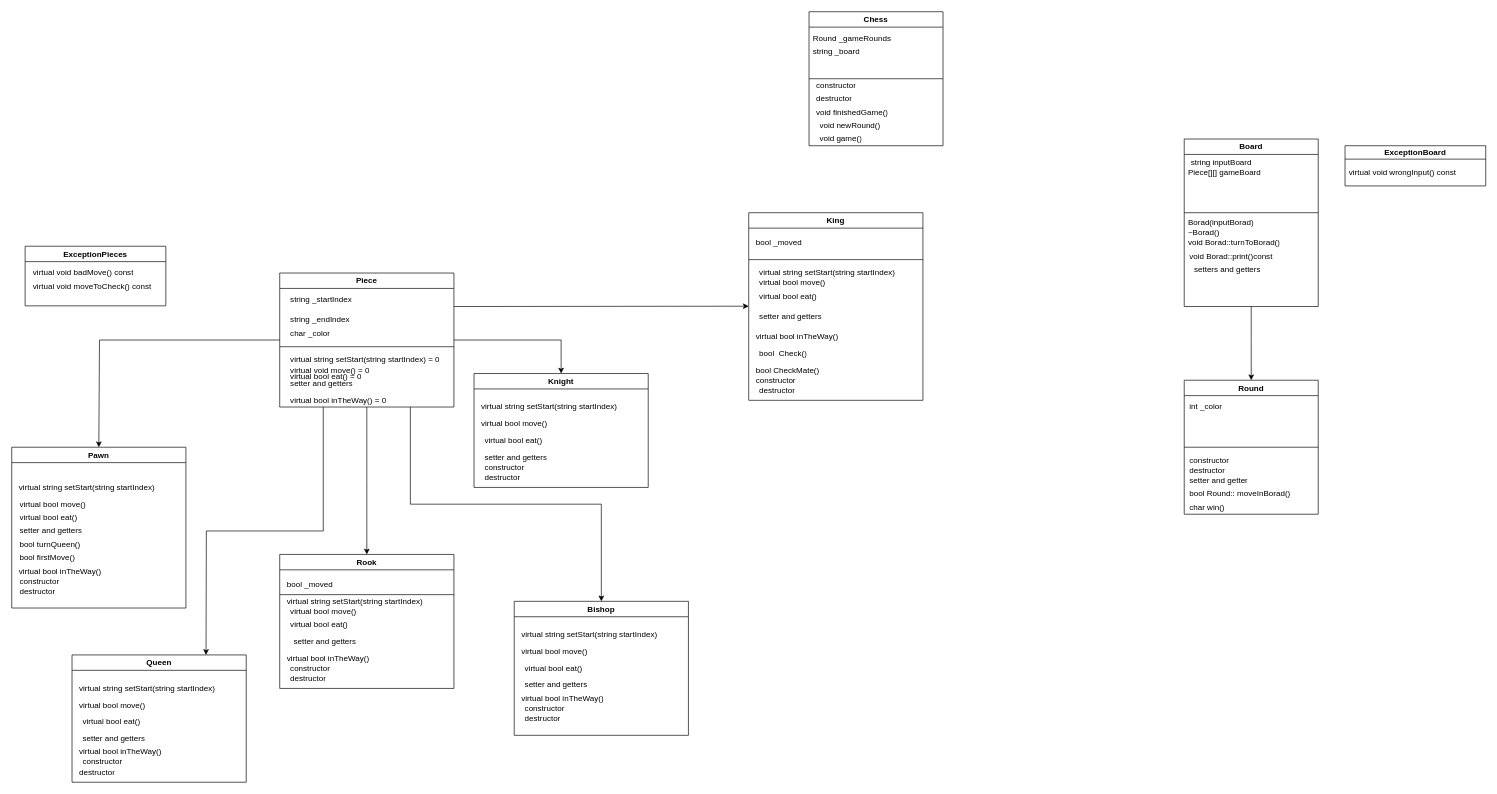
Above: ChessGame.drawio in buzzi1234/Chess-buzzi-and-yosef (draw.io), before the change. Source tidied: cells renumbered, new cells numbered last; positions are measured from the earlier drawing's top-left corner, leaving out a move shared by most shapes. Both pictures are drawn from the tidied source at 67%, with x=0, y=0 at pixel (11, 11).
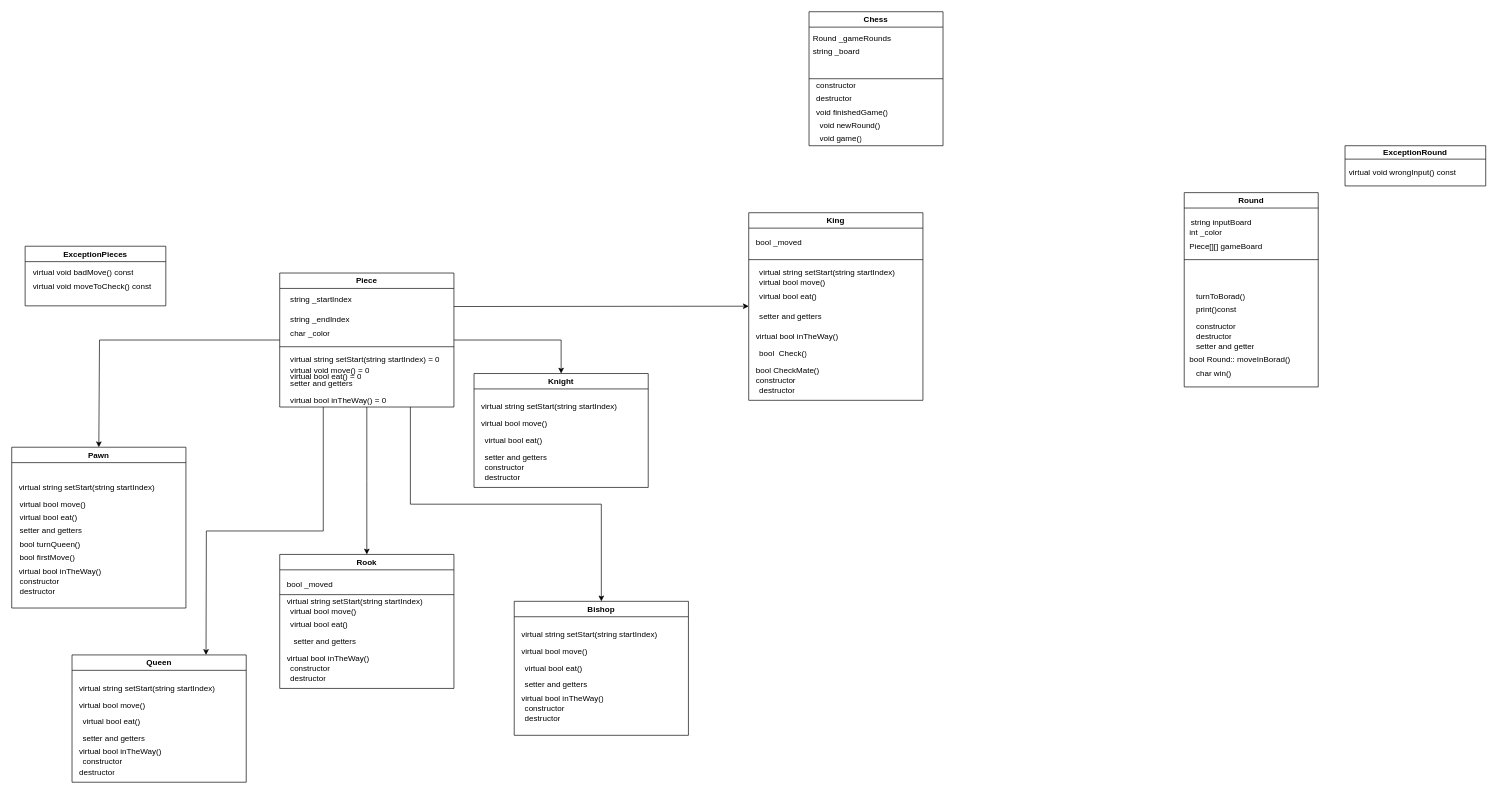
After the change.

Commit message:
finished the ChessGame template Fr

Change to the diagram source:
```diff
@@
-    <mxCell id="18" style="edgeStyle=orthogonalEdgeStyle;rounded=0;jettySize=auto;html=1;exitX=0.5;exitY=1;exitDx=0;exitDy=0;" parent="1" edge="1" source="19">
-      <mxGeometry relative="1" as="geometry">
-        <mxPoint x="1850" y="550" as="targetPoint" />
-      </mxGeometry>
-    </mxCell>
-    <mxCell id="19" value="Board" style="swimlane;whiteSpace=wrap;html=1;" parent="1" vertex="1">
-      <mxGeometry x="1750" y="190" width="200" height="250" as="geometry" />
-    </mxCell>
-    <mxCell id="20" value="string inputBoard" style="text;html=1;align=center;verticalAlign=middle;strokeColor=none;fillColor=none;" parent="19" vertex="1">
-      <mxGeometry y="20" width="110" height="30" as="geometry" />
-    </mxCell>
-    <mxCell id="21" value="Piece[][] gameBoard" style="text;strokeColor=none;fillColor=none;align=left;verticalAlign=middle;spacingLeft=4;spacingRight=4;overflow=hidden;whiteSpace=wrap;html=1;" parent="19" vertex="1">
-      <mxGeometry y="40" width="130" height="20" as="geometry" />
-    </mxCell>
-    <mxCell id="22" value="Borad(inputBorad)" style="text;strokeColor=none;fillColor=none;align=left;verticalAlign=middle;spacingLeft=4;spacingRight=4;overflow=hidden;whiteSpace=wrap;html=1;" parent="19" vertex="1">
-      <mxGeometry y="110" width="110" height="30" as="geometry" />
-    </mxCell>
-    <mxCell id="23" value="~Borad()" style="text;strokeColor=none;fillColor=none;align=left;verticalAlign=middle;spacingLeft=4;spacingRight=4;overflow=hidden;whiteSpace=wrap;html=1;" parent="19" vertex="1">
-      <mxGeometry y="130" width="80" height="20" as="geometry" />
-    </mxCell>
-    <mxCell id="24" value="void Borad::turnToBorad()" style="text;strokeColor=none;fillColor=none;align=left;verticalAlign=middle;spacingLeft=4;spacingRight=4;overflow=hidden;whiteSpace=wrap;html=1;" parent="19" vertex="1">
-      <mxGeometry y="140" width="150" height="30" as="geometry" />
-    </mxCell>
-    <mxCell id="25" value="void Borad::print()const&amp;nbsp;" style="text;strokeColor=none;fillColor=none;align=left;verticalAlign=middle;spacingLeft=4;spacingRight=4;overflow=hidden;whiteSpace=wrap;html=1;" parent="19" vertex="1">
-      <mxGeometry x="2" y="161" width="138" height="30" as="geometry" />
-    </mxCell>
-    <mxCell id="26" value="setters and getters" style="text;strokeColor=none;fillColor=none;align=left;verticalAlign=middle;spacingLeft=4;spacingRight=4;overflow=hidden;whiteSpace=wrap;html=1;" parent="19" vertex="1">
-      <mxGeometry x="9" y="180" width="111" height="30" as="geometry" />
-    </mxCell>
-    <mxCell id="27" style="endArrow=none;html=1;rounded=0;" parent="19" edge="1">
-      <mxGeometry relative="1" as="geometry">
-        <mxPoint y="110" as="sourcePoint" />
-        <mxPoint x="200" y="110" as="targetPoint" />
-      </mxGeometry>
-    </mxCell>
     <mxCell id="28" value="Round" style="swimlane;whiteSpace=wrap;html=1;" parent="1" vertex="1">
-      <mxGeometry x="1750" y="550" width="200" height="200" as="geometry" />
+      <mxGeometry x="1750" y="270" width="200" height="290" as="geometry" />
     </mxCell>
     <mxCell id="29" value="int _color" style="text;strokeColor=none;fillColor=none;align=left;verticalAlign=middle;spacingLeft=4;spacingRight=4;overflow=hidden;whiteSpace=wrap;html=1;" parent="28" vertex="1">
-      <mxGeometry x="2" y="30" width="80" height="20" as="geometry" />
+      <mxGeometry x="2" y="50" width="80" height="20" as="geometry" />
     </mxCell>
     <mxCell id="30" value="constructor&amp;nbsp;" style="text;strokeColor=none;fillColor=none;align=left;verticalAlign=middle;spacingLeft=4;spacingRight=4;overflow=hidden;whiteSpace=wrap;html=1;" parent="28" vertex="1">
-      <mxGeometry x="2" y="110" width="80" height="20" as="geometry" />
+      <mxGeometry x="12" y="190" width="80" height="20" as="geometry" />
     </mxCell>
     <mxCell id="31" value="destructor" style="text;strokeColor=none;fillColor=none;align=left;verticalAlign=middle;spacingLeft=4;spacingRight=4;overflow=hidden;whiteSpace=wrap;html=1;" parent="28" vertex="1">
-      <mxGeometry x="2" y="120" width="80" height="30" as="geometry" />
+      <mxGeometry x="12" y="200" width="80" height="30" as="geometry" />
     </mxCell>
     <mxCell id="32" value="setter and getter" style="text;strokeColor=none;fillColor=none;align=left;verticalAlign=middle;spacingLeft=4;spacingRight=4;overflow=hidden;whiteSpace=wrap;html=1;" parent="28" vertex="1">
-      <mxGeometry x="2" y="140" width="98" height="20" as="geometry" />
+      <mxGeometry x="12" y="220" width="98" height="20" as="geometry" />
     </mxCell>
     <mxCell id="33" value="bool Round:: moveInBorad()" style="text;strokeColor=none;fillColor=none;align=left;verticalAlign=middle;spacingLeft=4;spacingRight=4;overflow=hidden;whiteSpace=wrap;html=1;" parent="28" vertex="1">
-      <mxGeometry x="2" y="160" width="168" height="20" as="geometry" />
+      <mxGeometry x="2" y="240" width="168" height="20" as="geometry" />
     </mxCell>
     <mxCell id="34" value="char win()" style="text;strokeColor=none;fillColor=none;align=left;verticalAlign=middle;spacingLeft=4;spacingRight=4;overflow=hidden;whiteSpace=wrap;html=1;" parent="28" vertex="1">
-      <mxGeometry x="2" y="180" width="98" height="20" as="geometry" />
+      <mxGeometry x="12" y="260" width="98" height="20" as="geometry" />
     </mxCell>
+    <mxCell id="21" value="Piece[][] gameBoard" style="text;strokeColor=none;fillColor=none;align=left;verticalAlign=middle;spacingLeft=4;spacingRight=4;overflow=hidden;whiteSpace=wrap;html=1;" parent="28" vertex="1">
+      <mxGeometry x="2" y="70" width="130" height="20" as="geometry" />
+    </mxCell>
+    <mxCell id="20" value="string inputBoard" style="text;html=1;align=center;verticalAlign=middle;strokeColor=none;fillColor=none;" parent="28" vertex="1">
+      <mxGeometry y="30" width="110" height="30" as="geometry" />
+    </mxCell>
-    <mxCell id="35" style="endArrow=none;html=1;rounded=0;entryX=1;entryY=0.5;entryDx=0;entryDy=0;exitX=0;exitY=0.5;exitDx=0;exitDy=0;" parent="1" edge="1" source="28" target="28">
-      <mxGeometry relative="1" as="geometry" />
+    <mxCell id="35" style="endArrow=none;html=1;rounded=0;entryX=1;entryY=0.5;entryDx=0;entryDy=0;exitX=0;exitY=0.5;exitDx=0;exitDy=0;" parent="28" edge="1">
+      <mxGeometry relative="1" as="geometry">
+        <mxPoint y="100" as="sourcePoint" />
+        <mxPoint x="200" y="100" as="targetPoint" />
+      </mxGeometry>
     </mxCell>
+    <mxCell id="25" value="print()const&amp;nbsp;" style="text;strokeColor=none;fillColor=none;align=left;verticalAlign=middle;spacingLeft=4;spacingRight=4;overflow=hidden;whiteSpace=wrap;html=1;" parent="28" vertex="1">
+      <mxGeometry x="12" y="160" width="138" height="30" as="geometry" />
+    </mxCell>
+    <mxCell id="24" value="turnToBorad()" style="text;strokeColor=none;fillColor=none;align=left;verticalAlign=middle;spacingLeft=4;spacingRight=4;overflow=hidden;whiteSpace=wrap;html=1;" parent="28" vertex="1">
+      <mxGeometry x="12" y="140" width="150" height="30" as="geometry" />
+    </mxCell>
@@
-    <mxCell id="91" value="ExceptionBoard" style="swimlane;whiteSpace=wrap;html=1;startSize=20;" parent="1" vertex="1">
+    <mxCell id="91" value="ExceptionRound" style="swimlane;whiteSpace=wrap;html=1;startSize=20;" parent="1" vertex="1">
       <mxGeometry x="1990" y="200" width="210" height="60" as="geometry" />
     </mxCell>
```
